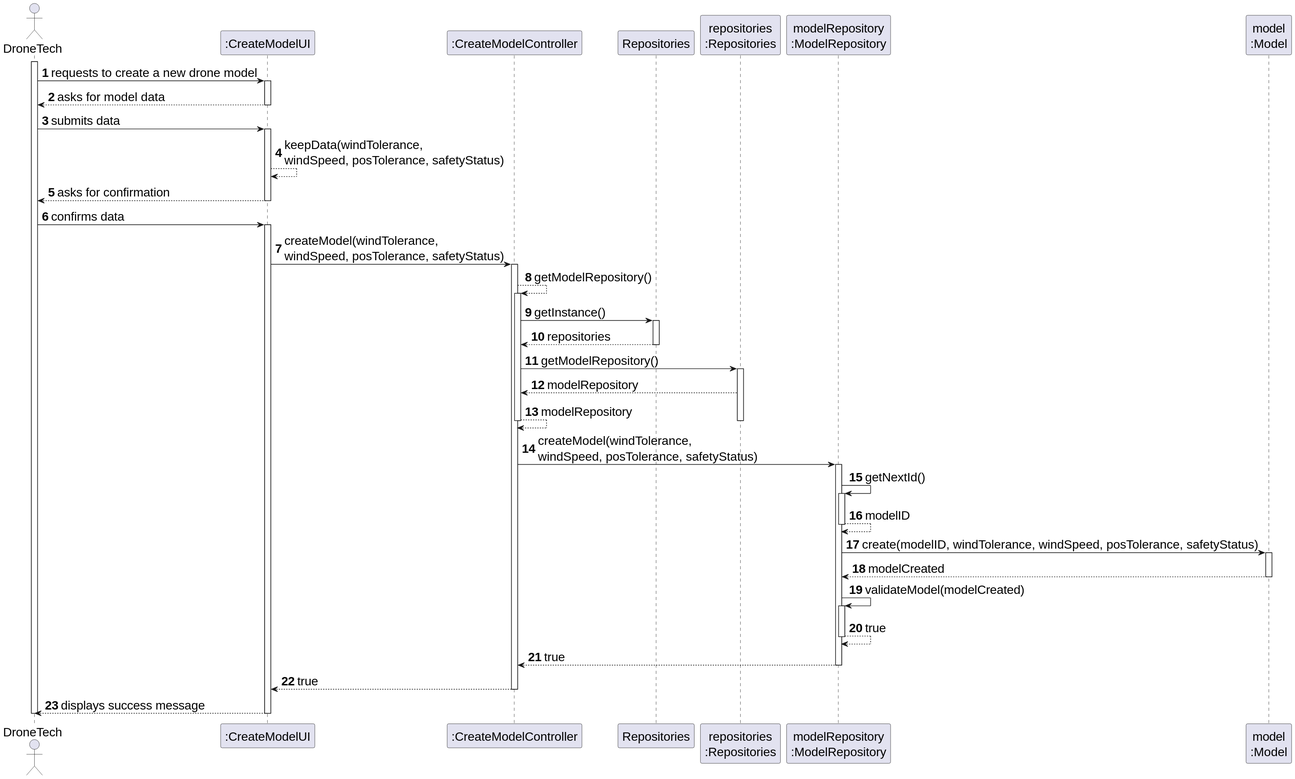
Above: docs/SPRINT_2/US240/images/sequence_diagram_us240.svg in diogoveirospro/sem4pi-2024-2025-sem4pi_2024_2025_g44 (PlantUML), before the change.
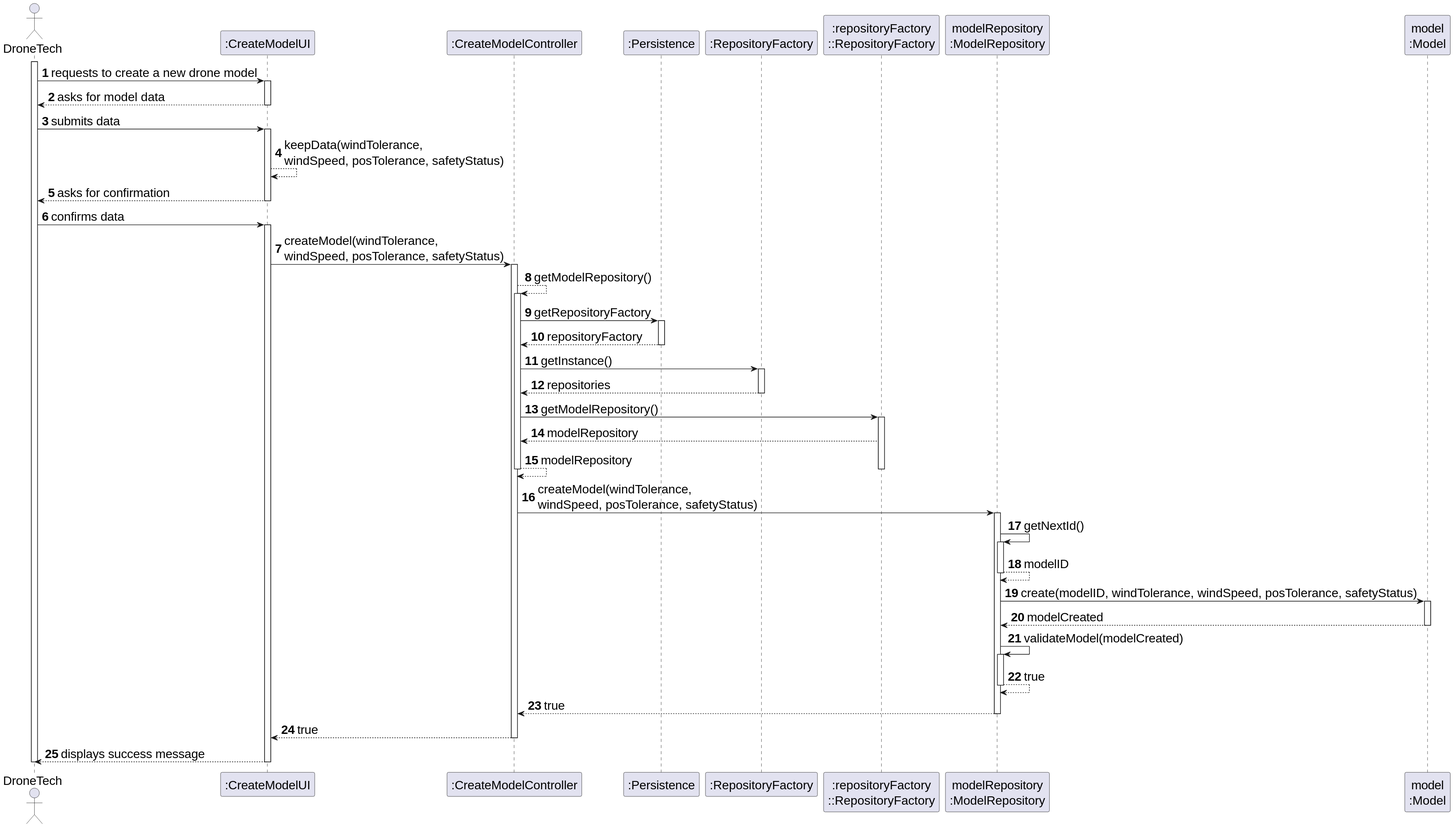
Later version of the same file.

What changed in the source:
```diff
@@ -9,8 +9,9 @@
 actor "DroneTech" as DT
 participant ":CreateModelUI" as UI
 participant ":CreateModelController" as CTRL
-participant "Repositories" as REPOS
-participant "repositories\n:Repositories" as REPOS_SINGLETON
+participant ":Persistence" as PERS
+participant ":RepositoryFactory" as REPOS
+participant ":repositoryFactory\n::RepositoryFactory" as REPOS_SINGLETON
 participant "modelRepository\n:ModelRepository" as MOD_REPO
 participant "model\n:Model" as MODEL
 
@@ -31,6 +32,10 @@
     activate CTRL
         CTRL --> CTRL :getModelRepository()
         activate CTRL
+        CTRL -> PERS : getRepositoryFactory
+                                                activate PERS
+                                                PERS --> CTRL : repositoryFactory
+                                                deactivate PERS
         CTRL -> REPOS : getInstance()
         activate REPOS
             REPOS --> CTRL : repositories
```
